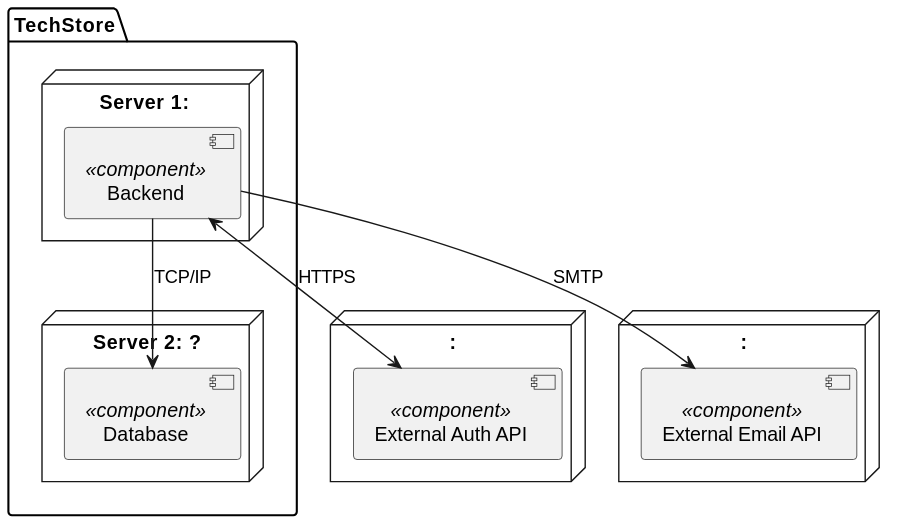
Above: docs/views/level-2/deployment-view/deployment-view.svg in mei-desofs/desofs2026-thu_crr_1 (PlantUML), before the change.
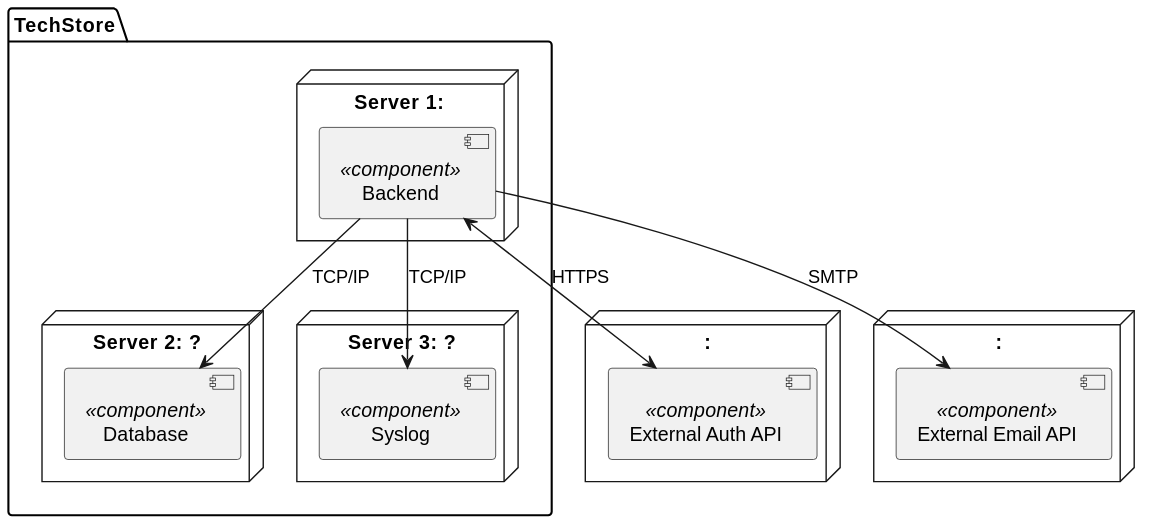
The same file after the commit.

Commit message:
docs: add syslog to views

What changed in the source:
```diff
@@ -9,6 +9,11 @@
 
   node "Server 2: ?" as SERVER2 {
     component "Database" as Database <<component>> {
+    }
+  }
+
+  node "Server 3: ?" as SERVER3 {
+    component "Syslog" as Syslog <<component>> {
     }
   }
 }
@@ -26,4 +31,5 @@
 Backend --> Database :TCP/IP
 Backend <--> ExternalAuthAPI : HTTPS
 Backend --> ExternalEmailAPI : SMTP
+Backend --> Syslog : TCP/IP
 @enduml
```
